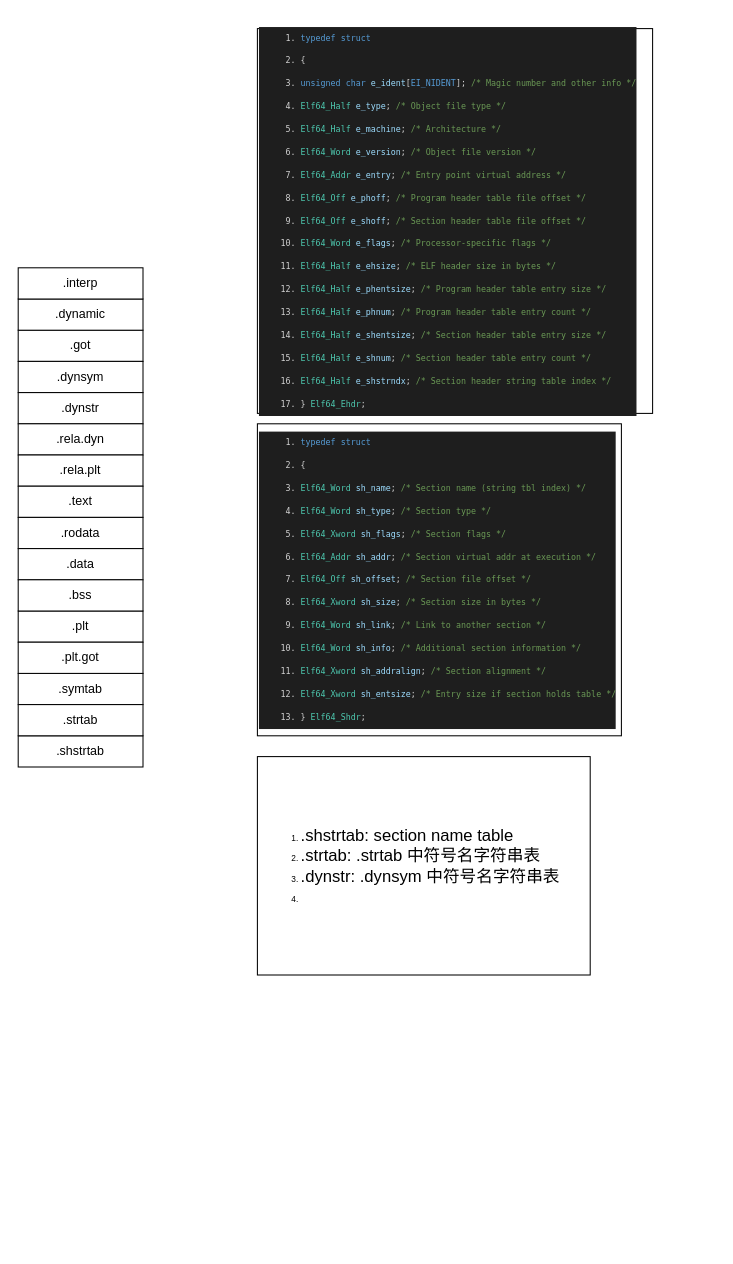
This is ELF parse.drawio from huangqiang2007/draw_io, a draw.io file, before an edit. Source tidied: cells renumbered, new cells numbered last; positions are measured from the earlier drawing's top-left corner, leaving out a move shared by most shapes. Both pictures are drawn from the tidied source at 104%, with x=0, y=0 at pixel (18, 28).
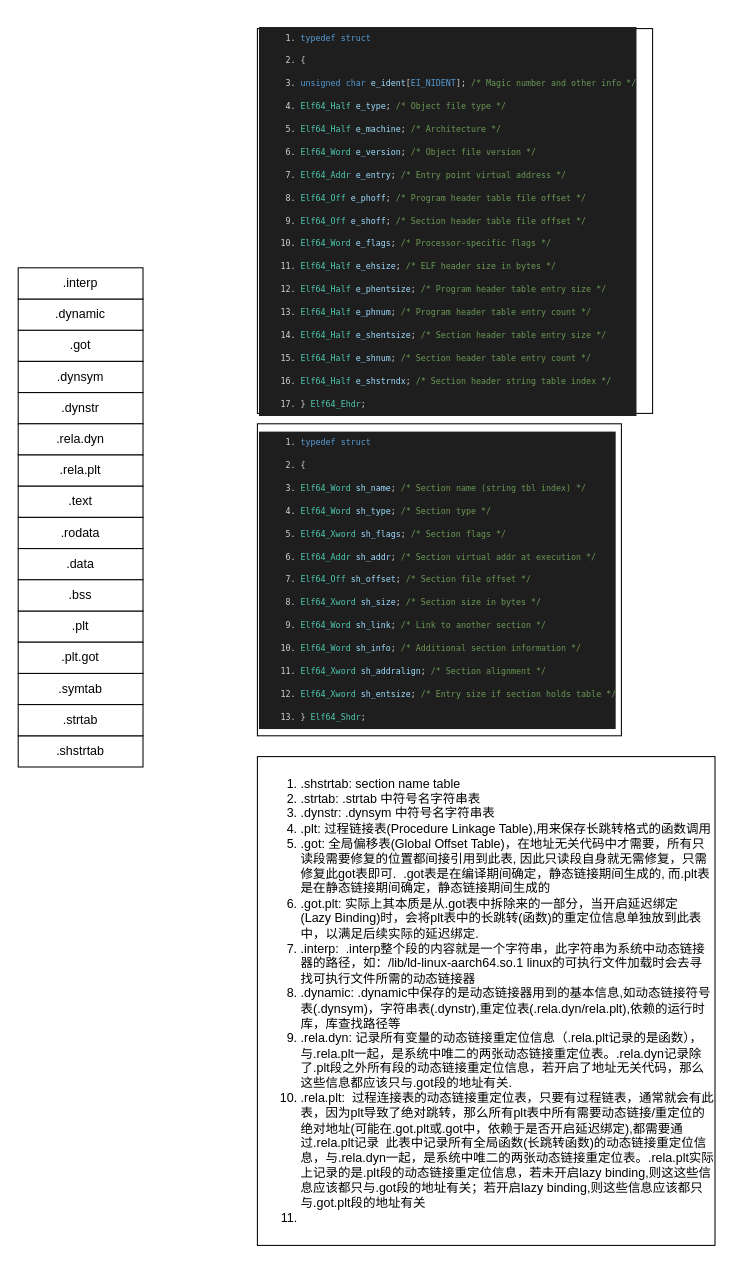
The same page after the edit.

Change to the diagram source:
```diff
@@
-    <mxCell id="20" value="&lt;ol&gt;&lt;li&gt;&lt;span style=&quot;font-size: 16px; background-color: initial;&quot;&gt;.shstrtab: section name table&lt;/span&gt;&lt;/li&gt;&lt;li&gt;&lt;span style=&quot;font-size: 16px;&quot;&gt;.strtab: .strtab 中符号名字符串表&lt;/span&gt;&lt;/li&gt;&lt;li&gt;&lt;span style=&quot;font-size: 16px;&quot;&gt;.dynstr: .dynsym 中符号名字符串表&lt;/span&gt;&lt;/li&gt;&lt;li&gt;&lt;span style=&quot;font-size: 16px;&quot;&gt;&lt;br&gt;&lt;/span&gt;&lt;/li&gt;&lt;/ol&gt;" style="rounded=0;whiteSpace=wrap;html=1;fontSize=8;fontColor=#000000;align=left;" parent="1" vertex="1">
-      <mxGeometry x="230" y="700" width="320" height="210" as="geometry" />
+    <mxCell id="20" value="&lt;ol style=&quot;font-size: 12px;&quot;&gt;&lt;li style=&quot;&quot;&gt;&lt;span style=&quot;background-color: initial;&quot;&gt;.shstrtab: section name table&lt;/span&gt;&lt;/li&gt;&lt;li style=&quot;&quot;&gt;&lt;span style=&quot;&quot;&gt;.strtab: .strtab 中符号名字符串表&lt;/span&gt;&lt;/li&gt;&lt;li style=&quot;&quot;&gt;&lt;span style=&quot;&quot;&gt;.dynstr: .dynsym 中符号名字符串表&lt;/span&gt;&lt;/li&gt;&lt;li style=&quot;&quot;&gt;&lt;span style=&quot;&quot;&gt;.plt: 过程链接表(Procedure Linkage Table),用来保存长跳转格式的函数调用&lt;br&gt;&lt;/span&gt;&lt;/li&gt;&lt;li style=&quot;&quot;&gt;&lt;span style=&quot;&quot;&gt;.got:&amp;nbsp;&lt;/span&gt;全局偏移表(Global Offset Table)，在地址无关代码中才需要，所有只读段需要修复的位置都间接引用到此表, 因此只读段自身就无需修复，只需修复此got表即可.&amp;nbsp; .got表是在编译期间确定，静态链接期间生成的, 而.plt表是在静态链接期间确定，静态链接期间生成的&lt;/li&gt;&lt;li style=&quot;&quot;&gt;.got.plt: 实际上其本质是从.got表中拆除来的一部分，当开启延迟绑定(Lazy&amp;nbsp;Binding)时，会将plt表中的长跳转(函数)的重定位信息单独放到此表中，以满足后续实际的延迟绑定.&lt;/li&gt;&lt;li style=&quot;&quot;&gt;.interp:&amp;nbsp; .interp整个段的内容就是一个字符串，此字符串为系统中动态链接器的路径，如：/lib/ld-linux-aarch64.so.1 linux的可执行文件加载时会去寻找可执行文件所需的动态链接器&lt;/li&gt;&lt;li&gt;.dynamic: .dynamic中保存的是动态链接器用到的基本信息,如动态链接符号表(.dynsym)，字符串表(.dynstr),重定位表(.rela.dyn/rela.plt),依赖的运行时库，库查找路径等&lt;/li&gt;&lt;li&gt;.rela.dyn: 记录所有变量的动态链接重定位信息（.rela.plt记录的是函数），与.rela.plt一起，是系统中唯二的两张动态链接重定位表。.rela.dyn记录除了.plt段之外所有段的动态链接重定位信息，若开启了地址无关代码，那么这些信息都应该只与.got段的地址有关.&lt;/li&gt;&lt;li style=&quot;font-size: 12px;&quot;&gt;.rela.plt:&amp;nbsp; 过程连接表的动态链接重定位表，只要有过程链表，通常就会有此表，因为plt导致了绝对跳转，那么所有plt表中所有需要动态链接/重定位的绝对地址(可能在.got.plt或.got中，依赖于是否开启延迟绑定),都需要通过.rela.plt记录&amp;nbsp; 此表中记录所有全局函数(长跳转函数)的动态链接重定位信息，与.rela.dyn一起，是系统中唯二的两张动态链接重定位表。.rela.plt实际上记录的是.plt段的动态链接重定位信息，若未开启lazy binding,则这这些信息应该都只与.got段的地址有关；若开启lazy binding,则这些信息应该都只与.got.plt段的地址有关&lt;/li&gt;&lt;li&gt;&lt;br&gt;&lt;/li&gt;&lt;/ol&gt;" style="rounded=0;whiteSpace=wrap;html=1;fontSize=8;fontColor=#000000;align=left;" parent="1" vertex="1">
+      <mxGeometry x="230" y="700" width="440" height="470" as="geometry" />
     </mxCell>
```
